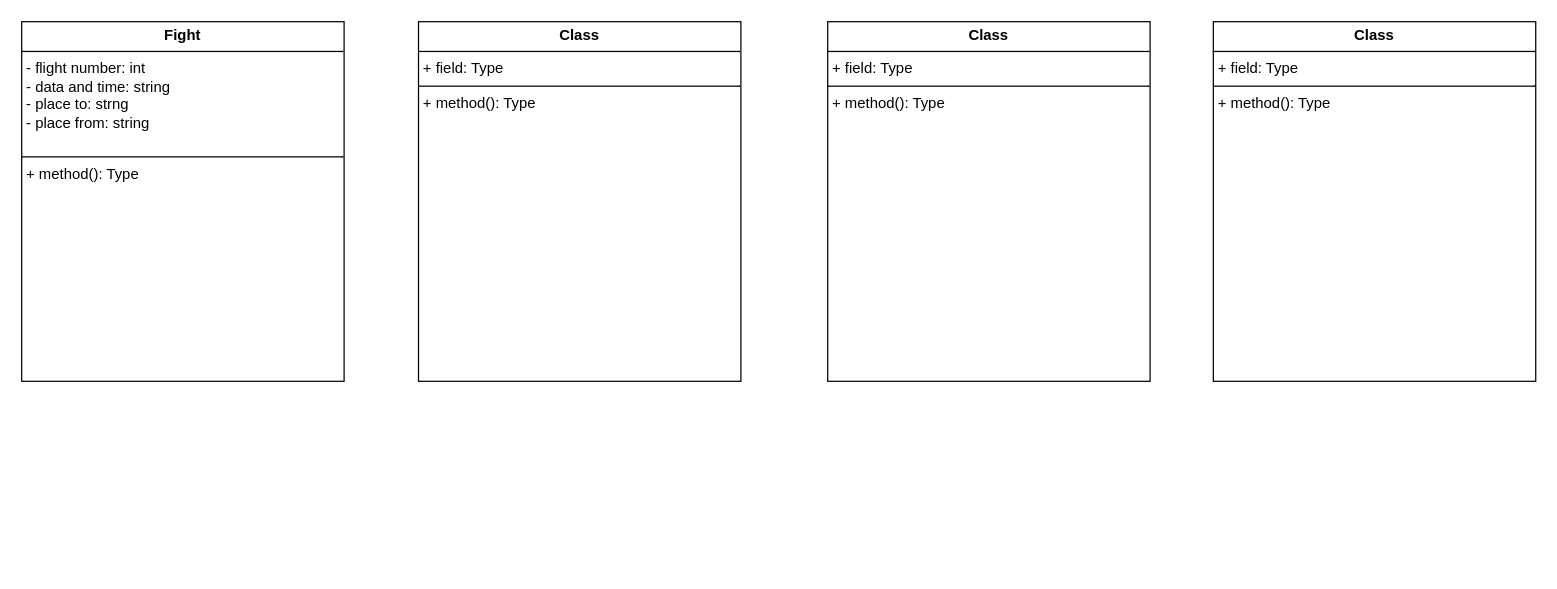
KhamchievAli06/demooo keeps this draw.io diagram as Диаграмма без названия.drawio. Above is the earlier version. Source tidied: cells renumbered, new cells numbered last; positions are measured from the earlier drawing's top-left corner, leaving out a move shared by most shapes. Both pictures are drawn from the tidied source at 124%, with x=0, y=0 at pixel (21, 21).
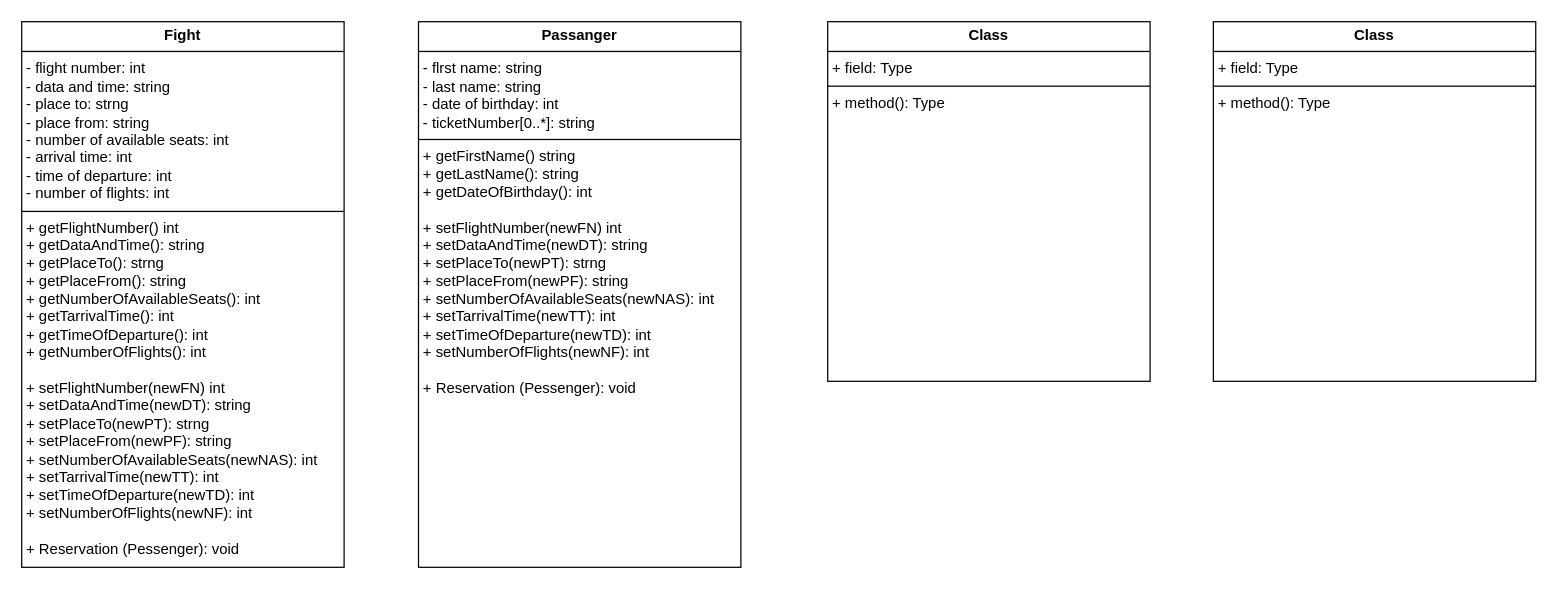
After the change.

What changed in the source:
```diff
@@
 <mxGraphModel>
   <root>
     <mxCell id="0" />
     <mxCell id="1" parent="0" />
-    <mxCell id="2" value="&lt;p style=&quot;margin:0px;margin-top:4px;text-align:center;&quot;&gt;&lt;b&gt;Fight&lt;/b&gt;&lt;/p&gt;&lt;hr size=&quot;1&quot; style=&quot;border-style:solid;&quot;&gt;&lt;p style=&quot;margin:0px;margin-left:4px;&quot;&gt;-&amp;nbsp;flight number: int&amp;nbsp;&lt;/p&gt;&lt;p style=&quot;margin:0px;margin-left:4px;&quot;&gt;- data and time: string&amp;nbsp;&lt;/p&gt;&lt;p style=&quot;margin:0px;margin-left:4px;&quot;&gt;- place to: strng&amp;nbsp;&lt;/p&gt;&lt;p style=&quot;margin:0px;margin-left:4px;&quot;&gt;- place from: string&lt;/p&gt;&lt;p style=&quot;margin:0px;margin-left:4px;&quot;&gt;&lt;br&gt;&lt;/p&gt;&lt;hr size=&quot;1&quot; style=&quot;border-style:solid;&quot;&gt;&lt;p style=&quot;margin:0px;margin-left:4px;&quot;&gt;+ method(): Type&lt;/p&gt;" style="verticalAlign=top;align=left;overflow=fill;html=1;whiteSpace=wrap;" parent="1" vertex="1">
-      <mxGeometry width="260" height="290" as="geometry" />
+    <mxCell id="2" value="&lt;p style=&quot;margin:0px;margin-top:4px;text-align:center;&quot;&gt;&lt;b&gt;Fight&lt;/b&gt;&lt;/p&gt;&lt;hr size=&quot;1&quot; style=&quot;border-style:solid;&quot;&gt;&lt;p style=&quot;margin:0px;margin-left:4px;&quot;&gt;-&amp;nbsp;flight number: int&amp;nbsp;&lt;/p&gt;&lt;p style=&quot;margin:0px;margin-left:4px;&quot;&gt;- data and time: string&amp;nbsp;&lt;/p&gt;&lt;p style=&quot;margin:0px;margin-left:4px;&quot;&gt;- place to: strng&amp;nbsp;&lt;/p&gt;&lt;p style=&quot;margin:0px;margin-left:4px;&quot;&gt;- place from: string&lt;/p&gt;&lt;p style=&quot;margin:0px;margin-left:4px;&quot;&gt;-&amp;nbsp;number of available seats: int&lt;/p&gt;&lt;p style=&quot;margin:0px;margin-left:4px;&quot;&gt;-&amp;nbsp;arrival time: int&amp;nbsp;&lt;/p&gt;&lt;p style=&quot;margin:0px;margin-left:4px;&quot;&gt;-&amp;nbsp;time of departure: int&amp;nbsp;&lt;/p&gt;&lt;p style=&quot;margin:0px;margin-left:4px;&quot;&gt;-&amp;nbsp;number of flights: int&lt;/p&gt;&lt;hr size=&quot;1&quot; style=&quot;border-style:solid;&quot;&gt;&lt;p style=&quot;margin: 0px 0px 0px 4px;&quot;&gt;+ getFlightNumber() int&amp;nbsp;&lt;/p&gt;&lt;p style=&quot;margin: 0px 0px 0px 4px;&quot;&gt;+ getDataAndTime(): string&amp;nbsp;&lt;/p&gt;&lt;p style=&quot;margin: 0px 0px 0px 4px;&quot;&gt;+ getPlaceTo(): strng&amp;nbsp;&lt;/p&gt;&lt;p style=&quot;margin: 0px 0px 0px 4px;&quot;&gt;+ getPlaceFrom(): string&lt;/p&gt;&lt;p style=&quot;margin: 0px 0px 0px 4px;&quot;&gt;+ getNumberOfAvailableSeats(): int&lt;/p&gt;&lt;p style=&quot;margin: 0px 0px 0px 4px;&quot;&gt;+ getTarrivalTime(): int&lt;/p&gt;&lt;p style=&quot;margin: 0px 0px 0px 4px;&quot;&gt;+ getTimeOfDeparture(): int&lt;/p&gt;&lt;p style=&quot;margin: 0px 0px 0px 4px;&quot;&gt;+ getNumberO&lt;span style=&quot;background-color: initial;&quot;&gt;fFlights(): int&amp;nbsp;&lt;/span&gt;&lt;/p&gt;&lt;p style=&quot;margin: 0px 0px 0px 4px;&quot;&gt;&lt;span style=&quot;background-color: initial;&quot;&gt;&lt;br&gt;&lt;/span&gt;&lt;/p&gt;&lt;p style=&quot;margin: 0px 0px 0px 4px;&quot;&gt;+ setFlightNumber(newFN) int&amp;nbsp;&lt;/p&gt;&lt;p style=&quot;margin: 0px 0px 0px 4px;&quot;&gt;+ setDataAndTime(newDT): string&amp;nbsp;&lt;/p&gt;&lt;p style=&quot;margin: 0px 0px 0px 4px;&quot;&gt;+ setPlaceTo(newPT): strng&amp;nbsp;&lt;/p&gt;&lt;p style=&quot;margin: 0px 0px 0px 4px;&quot;&gt;+ setPlaceFrom(newPF): string&lt;/p&gt;&lt;p style=&quot;margin: 0px 0px 0px 4px;&quot;&gt;+ setNumberOfAvailableSeats(newNAS): int&lt;/p&gt;&lt;p style=&quot;margin: 0px 0px 0px 4px;&quot;&gt;+ setTarrivalTime(newTT): int&lt;/p&gt;&lt;p style=&quot;margin: 0px 0px 0px 4px;&quot;&gt;+ setTimeOfDeparture(newTD): int&lt;/p&gt;&lt;p style=&quot;margin: 0px 0px 0px 4px;&quot;&gt;+ setNumberO&lt;span style=&quot;background-color: initial;&quot;&gt;fFlights(newNF): int&lt;/span&gt;&lt;/p&gt;&lt;p style=&quot;margin: 0px 0px 0px 4px;&quot;&gt;&lt;span style=&quot;background-color: initial;&quot;&gt;&lt;br&gt;&lt;/span&gt;&lt;/p&gt;&lt;p style=&quot;margin: 0px 0px 0px 4px;&quot;&gt;&lt;span style=&quot;background-color: initial;&quot;&gt;+ Reservation (Pessenger): void&lt;/span&gt;&lt;/p&gt;" style="verticalAlign=top;align=left;overflow=fill;html=1;whiteSpace=wrap;" parent="1" vertex="1">
+      <mxGeometry width="260" height="440" as="geometry" />
     </mxCell>
-    <mxCell id="3" value="&lt;p style=&quot;margin:0px;margin-top:4px;text-align:center;&quot;&gt;&lt;b&gt;Class&lt;/b&gt;&lt;/p&gt;&lt;hr size=&quot;1&quot; style=&quot;border-style:solid;&quot;/&gt;&lt;p style=&quot;margin:0px;margin-left:4px;&quot;&gt;+ field: Type&lt;/p&gt;&lt;hr size=&quot;1&quot; style=&quot;border-style:solid;&quot;/&gt;&lt;p style=&quot;margin:0px;margin-left:4px;&quot;&gt;+ method(): Type&lt;/p&gt;" style="verticalAlign=top;align=left;overflow=fill;html=1;whiteSpace=wrap;" parent="1" vertex="1">
-      <mxGeometry x="320" width="260" height="290" as="geometry" />
-    </mxCell>
     <mxCell id="4" value="&lt;p style=&quot;margin:0px;margin-top:4px;text-align:center;&quot;&gt;&lt;b&gt;Class&lt;/b&gt;&lt;/p&gt;&lt;hr size=&quot;1&quot; style=&quot;border-style:solid;&quot;/&gt;&lt;p style=&quot;margin:0px;margin-left:4px;&quot;&gt;+ field: Type&lt;/p&gt;&lt;hr size=&quot;1&quot; style=&quot;border-style:solid;&quot;/&gt;&lt;p style=&quot;margin:0px;margin-left:4px;&quot;&gt;+ method(): Type&lt;/p&gt;" style="verticalAlign=top;align=left;overflow=fill;html=1;whiteSpace=wrap;" parent="1" vertex="1">
       <mxGeometry x="650" width="260" height="290" as="geometry" />
     </mxCell>
     <mxCell id="5" value="&lt;p style=&quot;margin:0px;margin-top:4px;text-align:center;&quot;&gt;&lt;b&gt;Class&lt;/b&gt;&lt;/p&gt;&lt;hr size=&quot;1&quot; style=&quot;border-style:solid;&quot;/&gt;&lt;p style=&quot;margin:0px;margin-left:4px;&quot;&gt;+ field: Type&lt;/p&gt;&lt;hr size=&quot;1&quot; style=&quot;border-style:solid;&quot;/&gt;&lt;p style=&quot;margin:0px;margin-left:4px;&quot;&gt;+ method(): Type&lt;/p&gt;" style="verticalAlign=top;align=left;overflow=fill;html=1;whiteSpace=wrap;" parent="1" vertex="1">
       <mxGeometry x="961" width="260" height="290" as="geometry" />
     </mxCell>
+    <mxCell id="6" value="&lt;p style=&quot;margin:0px;margin-top:4px;text-align:center;&quot;&gt;&lt;b&gt;Passanger&lt;/b&gt;&lt;/p&gt;&lt;hr size=&quot;1&quot; style=&quot;border-style:solid;&quot;&gt;&lt;p style=&quot;margin:0px;margin-left:4px;&quot;&gt;-&amp;nbsp;flrst name: string&amp;nbsp;&lt;/p&gt;&lt;p style=&quot;margin:0px;margin-left:4px;&quot;&gt;- last name: string&amp;nbsp;&lt;/p&gt;&lt;p style=&quot;margin:0px;margin-left:4px;&quot;&gt;- date of birthday: int&amp;nbsp;&lt;/p&gt;&lt;p style=&quot;margin:0px;margin-left:4px;&quot;&gt;- ticketNumber[0..*]: string&lt;br&gt;&lt;/p&gt;&lt;hr size=&quot;1&quot; style=&quot;border-style:solid;&quot;&gt;&lt;p style=&quot;margin: 0px 0px 0px 4px;&quot;&gt;+ getFirstName() string&amp;nbsp;&lt;/p&gt;&lt;p style=&quot;margin: 0px 0px 0px 4px;&quot;&gt;+ getLast&lt;span style=&quot;background-color: initial;&quot;&gt;Name&lt;/span&gt;&lt;span style=&quot;background-color: initial;&quot;&gt;(): string&amp;nbsp;&lt;/span&gt;&lt;/p&gt;&lt;p style=&quot;margin: 0px 0px 0px 4px;&quot;&gt;+ getDateOfBirthday(): int&amp;nbsp;&lt;/p&gt;&lt;p style=&quot;margin: 0px 0px 0px 4px;&quot;&gt;&lt;span style=&quot;background-color: initial;&quot;&gt;&lt;br&gt;&lt;/span&gt;&lt;/p&gt;&lt;p style=&quot;margin: 0px 0px 0px 4px;&quot;&gt;+ setFlightNumber(newFN) int&amp;nbsp;&lt;/p&gt;&lt;p style=&quot;margin: 0px 0px 0px 4px;&quot;&gt;+ setDataAndTime(newDT): string&amp;nbsp;&lt;/p&gt;&lt;p style=&quot;margin: 0px 0px 0px 4px;&quot;&gt;+ setPlaceTo(newPT): strng&amp;nbsp;&lt;/p&gt;&lt;p style=&quot;margin: 0px 0px 0px 4px;&quot;&gt;+ setPlaceFrom(newPF): string&lt;/p&gt;&lt;p style=&quot;margin: 0px 0px 0px 4px;&quot;&gt;+ setNumberOfAvailableSeats(newNAS): int&lt;/p&gt;&lt;p style=&quot;margin: 0px 0px 0px 4px;&quot;&gt;+ setTarrivalTime(newTT): int&lt;/p&gt;&lt;p style=&quot;margin: 0px 0px 0px 4px;&quot;&gt;+ setTimeOfDeparture(newTD): int&lt;/p&gt;&lt;p style=&quot;margin: 0px 0px 0px 4px;&quot;&gt;+ setNumberO&lt;span style=&quot;background-color: initial;&quot;&gt;fFlights(newNF): int&lt;/span&gt;&lt;/p&gt;&lt;p style=&quot;margin: 0px 0px 0px 4px;&quot;&gt;&lt;span style=&quot;background-color: initial;&quot;&gt;&lt;br&gt;&lt;/span&gt;&lt;/p&gt;&lt;p style=&quot;margin: 0px 0px 0px 4px;&quot;&gt;&lt;span style=&quot;background-color: initial;&quot;&gt;+ Reservation (Pessenger): void&lt;/span&gt;&lt;/p&gt;" style="verticalAlign=top;align=left;overflow=fill;html=1;whiteSpace=wrap;" parent="1" vertex="1">
+      <mxGeometry x="320" width="260" height="440" as="geometry" />
+    </mxCell>
   </root>
 </mxGraphModel>
```
